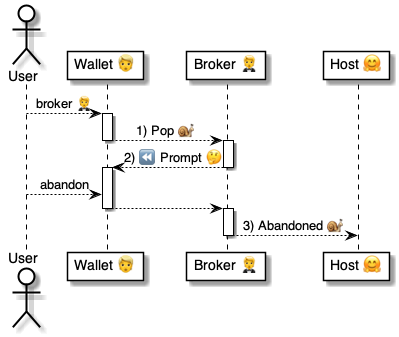
This is 4 ⚙️ Solution/20 🧑‍🦰 UI/Wallets 🧑‍🦰/🧑‍🦰💬 Wallet chats/...in Chats 💬/Abandon 💬🤵/🧑‍🦰 Abandon chat ⚙️ uml.png from pollyweb-org/pollyweb-docs, a PlantUML export, as it was before one commit. Its source is kept beside it as 4 ⚙️ Solution/20 🧑‍🦰 UI/Wallets 🧑‍🦰/🧑‍🦰💬 Wallet chats/...in Chats 💬/Abandon 💬🤵/🧑‍🦰 Abandon chat ⚙️ uml.puml.
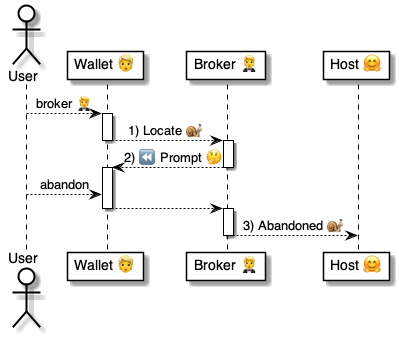
Later version of the same file.

Change to the diagram source:
```diff
@@ -10,7 +10,7 @@
 
 user --> wallet: broker 🤵
 activate wallet
-    wallet --> broker: 1) Pop 🐌
+    wallet --> broker: 1) Locate 🐌
 deactivate wallet
 
 activate broker
```
